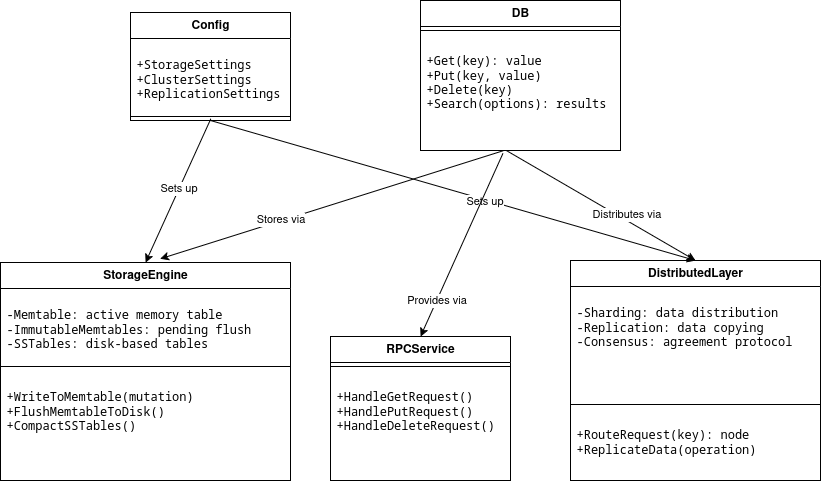
The draw.io diagram docs/images/UML-LSMDB.drawio.png in AndrewTheMaster/FundamentalsOfDesigningHighLoadApplications, before a commit. Source tidied: cells renumbered, new cells last; positions are measured from the earlier drawing's top-left corner, leaving out a move shared by most shapes.
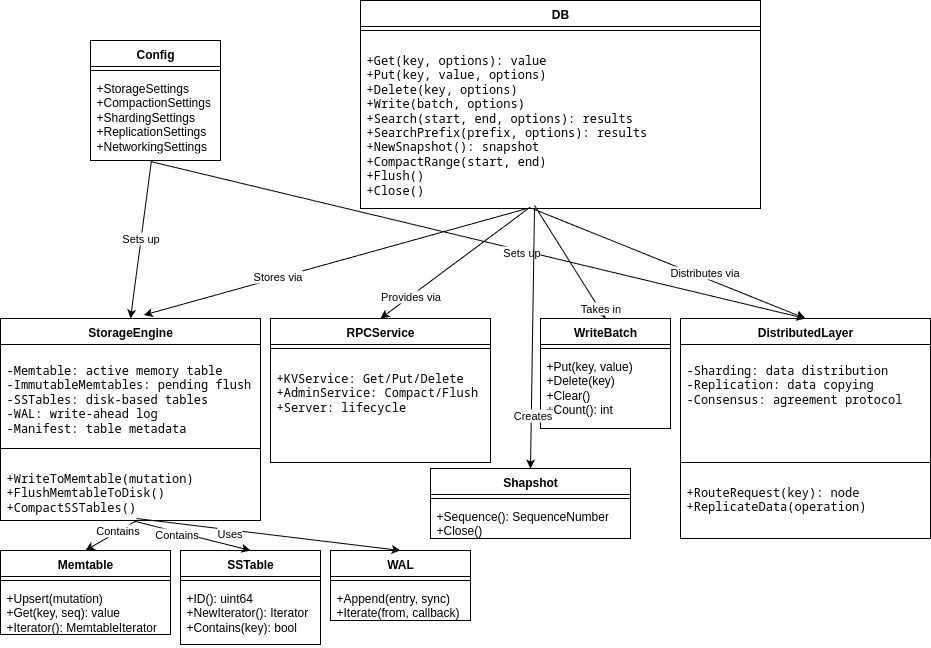
Later version of the same file.

What changed in the source:
```diff
@@ -2,47 +2,38 @@
   <root>
     <mxCell id="0" />
     <mxCell id="1" parent="0" />
-    <mxCell id="2" value="Config" style="swimlane;fontStyle=1;align=center;verticalAlign=top;horizontal=1;startSize=26;whiteSpace=wrap;html=1;" parent="1" vertex="1">
-      <mxGeometry x="130" y="12" width="160" height="108" as="geometry" />
-    </mxCell>
-    <mxCell id="3" value="&lt;pre&gt;+StorageSettings&lt;br&gt;+ClusterSettings&lt;br&gt;+ReplicationSettings&lt;/pre&gt;" style="text;strokeColor=none;fillColor=none;align=left;verticalAlign=top;spacingLeft=4;spacingRight=4;overflow=hidden;whiteSpace=wrap;html=1;" parent="2" vertex="1">
-      <mxGeometry y="26" width="160" height="74" as="geometry" />
-    </mxCell>
-    <mxCell id="4" style="line;strokeWidth=1;fillColor=none;align=left;verticalAlign=middle;spacingTop=-1;spacingLeft=3;spacingRight=3;labelPosition=right;points=[];portConstraint=eastwest;strokeColor=inherit;" parent="2" vertex="1">
-      <mxGeometry y="100" width="160" height="8" as="geometry" />
-    </mxCell>
     <mxCell id="5" value="DB" style="swimlane;fontStyle=1;align=center;verticalAlign=top;horizontal=1;startSize=26;whiteSpace=wrap;html=1;" parent="1" vertex="1">
-      <mxGeometry x="420" width="200" height="150" as="geometry" />
+      <mxGeometry x="320" y="-88" width="400" height="208" as="geometry" />
     </mxCell>
     <mxCell id="6" style="line;strokeWidth=1;fillColor=none;align=left;verticalAlign=middle;spacingTop=-1;spacingLeft=3;spacingRight=3;labelPosition=right;strokeColor=inherit;" parent="5" vertex="1">
-      <mxGeometry y="26" width="200" height="8" as="geometry" />
+      <mxGeometry y="26" width="400" height="8" as="geometry" />
     </mxCell>
-    <mxCell id="7" value="&lt;pre&gt;+Get&lt;span class=&quot;token text string&quot;&gt;(key)&lt;/span&gt;&lt;span class=&quot;token operator&quot;&gt;:&lt;/span&gt; value&lt;br&gt;+Put&lt;span class=&quot;token text string&quot;&gt;(key, value)&lt;/span&gt;&lt;br&gt;+Delete&lt;span class=&quot;token text string&quot;&gt;(key)&lt;/span&gt;&lt;br&gt;+Search&lt;span class=&quot;token text string&quot;&gt;(options)&lt;/span&gt;&lt;span class=&quot;token operator&quot;&gt;:&lt;/span&gt; results&lt;/pre&gt;" style="text;strokeColor=none;fillColor=none;align=left;verticalAlign=top;spacingLeft=4;spacingRight=4;overflow=hidden;points=[[0,0.5],[1,0.5]];portConstraint=eastwest;whiteSpace=wrap;html=1;" parent="5" vertex="1">
-      <mxGeometry y="34" width="200" height="116" as="geometry" />
+    <mxCell id="7" value="&lt;pre&gt;+Get(key, options): value&lt;br&gt;+Put(key, value, options)&lt;br&gt;+Delete(key, options)&lt;br&gt;+Write(batch, options)&lt;br&gt;+Search(start, end, options): results&lt;br&gt;+SearchPrefix(prefix, options): results&lt;br&gt;+NewSnapshot(): snapshot&lt;br&gt;+CompactRange(start, end)&lt;br&gt;+Flush()&lt;br&gt;+Close()&lt;/pre&gt;" style="text;strokeColor=none;fillColor=none;align=left;verticalAlign=top;spacingLeft=4;spacingRight=4;overflow=hidden;points=[[0,0.5],[1,0.5]];portConstraint=eastwest;whiteSpace=wrap;html=1;" parent="5" vertex="1">
+      <mxGeometry y="34" width="400" height="174" as="geometry" />
     </mxCell>
     <mxCell id="8" value="StorageEngine" style="swimlane;fontStyle=1;align=center;verticalAlign=top;horizontal=1;startSize=26;whiteSpace=wrap;html=1;" parent="1" vertex="1">
-      <mxGeometry y="262" width="290" height="218" as="geometry" />
+      <mxGeometry x="-40" y="230" width="260" height="202" as="geometry" />
     </mxCell>
-    <mxCell id="9" value="&lt;pre&gt;-Memtable&lt;span class=&quot;token operator&quot;&gt;:&lt;/span&gt; active memory table&lt;br&gt;-ImmutableMemtables&lt;span class=&quot;token operator&quot;&gt;:&lt;/span&gt; pending flush&lt;br&gt;-SSTables&lt;span class=&quot;token operator&quot;&gt;:&lt;/span&gt; disk-based tables&lt;/pre&gt;" style="text;strokeColor=none;fillColor=none;align=left;verticalAlign=top;spacingLeft=4;spacingRight=4;overflow=hidden;whiteSpace=wrap;html=1;" parent="8" vertex="1">
-      <mxGeometry y="26" width="290" height="74" as="geometry" />
+    <mxCell id="9" value="&lt;pre&gt;-Memtable: active memory table&lt;br/&gt;-ImmutableMemtables: pending flush&lt;br/&gt;-SSTables: disk-based tables&lt;br/&gt;-WAL: write-ahead log&lt;br/&gt;-Manifest: table metadata&lt;/pre&gt;" style="text;strokeColor=none;fillColor=none;align=left;verticalAlign=top;spacingLeft=4;spacingRight=4;overflow=hidden;whiteSpace=wrap;html=1;" parent="8" vertex="1">
+      <mxGeometry y="26" width="260" height="100" as="geometry" />
     </mxCell>
     <mxCell id="10" style="line;strokeWidth=1;fillColor=none;align=left;verticalAlign=middle;spacingTop=-1;spacingLeft=3;spacingRight=3;labelPosition=right;strokeColor=inherit;" parent="8" vertex="1">
-      <mxGeometry y="100" width="290" height="8" as="geometry" />
+      <mxGeometry y="126" width="260" height="8" as="geometry" />
     </mxCell>
     <mxCell id="11" value="&lt;pre&gt;+WriteToMemtable&lt;span class=&quot;token text string&quot;&gt;(mutation)&lt;/span&gt;&lt;br&gt;+FlushMemtableToDisk&lt;span class=&quot;token punctuation&quot;&gt;(&lt;/span&gt;&lt;span class=&quot;token punctuation&quot;&gt;)&lt;/span&gt;&lt;br&gt;+CompactSSTables&lt;span class=&quot;token punctuation&quot;&gt;(&lt;/span&gt;&lt;span class=&quot;token punctuation&quot;&gt;)&lt;/span&gt;&lt;/pre&gt;" style="text;strokeColor=none;fillColor=none;align=left;verticalAlign=top;spacingLeft=4;spacingRight=4;overflow=hidden;points=[[0,0.5],[1,0.5]];portConstraint=eastwest;whiteSpace=wrap;html=1;" parent="8" vertex="1">
-      <mxGeometry y="108" width="290" height="110" as="geometry" />
+      <mxGeometry y="134" width="260" height="68" as="geometry" />
     </mxCell>
     <mxCell id="12" value="RPCService" style="swimlane;fontStyle=1;align=center;verticalAlign=top;horizontal=1;startSize=26;whiteSpace=wrap;html=1;" parent="1" vertex="1">
-      <mxGeometry x="330" y="336" width="180" height="144" as="geometry" />
+      <mxGeometry x="230" y="230" width="220" height="144" as="geometry" />
     </mxCell>
     <mxCell id="13" style="line;strokeWidth=1;fillColor=none;align=left;verticalAlign=middle;spacingTop=-1;spacingLeft=3;spacingRight=3;labelPosition=right;strokeColor=inherit;" parent="12" vertex="1">
-      <mxGeometry y="26" width="180" height="8" as="geometry" />
+      <mxGeometry y="26" width="220" height="8" as="geometry" />
     </mxCell>
-    <mxCell id="14" value="&lt;pre&gt;+HandleGetRequest&lt;span class=&quot;token punctuation&quot;&gt;(&lt;/span&gt;&lt;span class=&quot;token punctuation&quot;&gt;)&lt;/span&gt;&lt;br&gt;+HandlePutRequest&lt;span class=&quot;token punctuation&quot;&gt;(&lt;/span&gt;&lt;span class=&quot;token punctuation&quot;&gt;)&lt;/span&gt;&lt;br&gt;+HandleDeleteRequest&lt;span class=&quot;token punctuation&quot;&gt;(&lt;/span&gt;&lt;span class=&quot;token punctuation&quot;&gt;)&lt;/span&gt;&lt;/pre&gt;" style="text;strokeColor=none;fillColor=none;align=left;verticalAlign=top;spacingLeft=4;spacingRight=4;overflow=hidden;whiteSpace=wrap;html=1;" parent="12" vertex="1">
-      <mxGeometry y="34" width="180" height="110" as="geometry" />
+    <mxCell id="14" value="&lt;pre&gt;+KVService: Get/Put/Delete&lt;br/&gt;+AdminService: Compact/Flush&lt;br/&gt;+Server: lifecycle&lt;/pre&gt;" style="text;strokeColor=none;fillColor=none;align=left;verticalAlign=top;spacingLeft=4;spacingRight=4;overflow=hidden;whiteSpace=wrap;html=1;" parent="12" vertex="1">
+      <mxGeometry y="34" width="220" height="110" as="geometry" />
     </mxCell>
     <mxCell id="15" value="DistributedLayer" style="swimlane;fontStyle=1;align=center;verticalAlign=top;horizontal=1;startSize=26;whiteSpace=wrap;html=1;" parent="1" vertex="1">
-      <mxGeometry x="570" y="260" width="250" height="220" as="geometry" />
+      <mxGeometry x="640" y="230" width="250" height="220" as="geometry" />
     </mxCell>
     <mxCell id="16" value="&lt;pre&gt;-Sharding&lt;span class=&quot;token operator&quot;&gt;:&lt;/span&gt; data distribution&lt;br&gt;-Replication&lt;span class=&quot;token operator&quot;&gt;:&lt;/span&gt; data copying&lt;br&gt;-Consensus&lt;span class=&quot;token operator&quot;&gt;:&lt;/span&gt; agreement protocol&lt;/pre&gt;" style="text;strokeColor=none;fillColor=none;align=left;verticalAlign=top;spacingLeft=4;spacingRight=4;overflow=hidden;whiteSpace=wrap;html=1;" parent="15" vertex="1">
       <mxGeometry y="26" width="250" height="114" as="geometry" />
@@ -53,7 +44,7 @@
     <mxCell id="18" value="&lt;pre&gt;+RouteRequest&lt;span class=&quot;token text string&quot;&gt;(key)&lt;/span&gt;&lt;span class=&quot;token operator&quot;&gt;:&lt;/span&gt; node&lt;br&gt;+ReplicateData&lt;span class=&quot;token text string&quot;&gt;(operation)&lt;/span&gt;&lt;/pre&gt;" style="text;strokeColor=none;fillColor=none;align=left;verticalAlign=top;spacingLeft=4;spacingRight=4;overflow=hidden;whiteSpace=wrap;html=1;" parent="15" vertex="1">
       <mxGeometry y="148" width="250" height="72" as="geometry" />
     </mxCell>
-    <mxCell id="19" style="endArrow=classic;html=1;rounded=0;exitX=0.502;exitY=0.792;exitDx=0;exitDy=0;exitPerimeter=0;entryX=0.5;entryY=0;entryDx=0;entryDy=0;" parent="1" edge="1" source="4" target="8">
+    <mxCell id="19" style="endArrow=classic;html=1;rounded=0;exitX=0.469;exitY=1;exitDx=0;exitDy=0;exitPerimeter=0;entryX=0.5;entryY=0;entryDx=0;entryDy=0;" parent="1" edge="1" source="55" target="8">
       <mxGeometry relative="1" as="geometry" />
     </mxCell>
     <mxCell id="20" value="Sets up" style="edgeLabel;html=1;align=center;verticalAlign=middle;" parent="19" vertex="1">
@@ -61,7 +52,7 @@
         <mxPoint x="1" as="offset" />
       </mxGeometry>
     </mxCell>
-    <mxCell id="21" style="endArrow=classic;html=1;rounded=0;exitX=0.5;exitY=1;exitDx=0;exitDy=0;entryX=0.5;entryY=0;entryDx=0;entryDy=0;" parent="1" edge="1" source="2" target="15">
+    <mxCell id="21" style="endArrow=classic;html=1;rounded=0;exitX=0.462;exitY=1.012;exitDx=0;exitDy=0;entryX=0.5;entryY=0;entryDx=0;entryDy=0;exitPerimeter=0;" parent="1" edge="1" source="55" target="15">
       <mxGeometry relative="1" as="geometry" />
     </mxCell>
     <mxCell id="22" value="Sets up" style="edgeLabel;html=1;align=center;verticalAlign=middle;" parent="21" vertex="1">
@@ -81,11 +72,95 @@
     <mxCell id="26" value="Distributes via" style="edgeLabel;html=1;align=center;verticalAlign=middle;" parent="25" vertex="1">
       <mxGeometry x="0.24" y="5" relative="1" as="geometry" />
     </mxCell>
-    <mxCell id="27" style="endArrow=classic;html=1;rounded=0;exitX=0.412;exitY=1.026;exitDx=0;exitDy=0;exitPerimeter=0;entryX=0.5;entryY=0;entryDx=0;entryDy=0;" parent="1" edge="1" source="7" target="12">
+    <mxCell id="27" style="endArrow=classic;html=1;rounded=0;exitX=0.425;exitY=0.991;exitDx=0;exitDy=0;exitPerimeter=0;entryX=0.5;entryY=0;entryDx=0;entryDy=0;" parent="1" edge="1" source="7" target="12">
       <mxGeometry relative="1" as="geometry" />
     </mxCell>
     <mxCell id="28" value="Provides via" style="edgeLabel;html=1;align=center;verticalAlign=middle;" parent="27" vertex="1">
       <mxGeometry x="0.61" y="-1" relative="1" as="geometry" />
     </mxCell>
+    <mxCell id="29" value="Memtable" style="swimlane;fontStyle=1;align=center;verticalAlign=top;horizontal=1;startSize=26;whiteSpace=wrap;html=1;" parent="1" vertex="1">
+      <mxGeometry x="-40" y="462" width="170" height="84" as="geometry" />
+    </mxCell>
+    <mxCell id="30" style="line;strokeWidth=1;fillColor=none;align=left;verticalAlign=middle;spacingTop=-1;spacingLeft=3;spacingRight=3;labelPosition=right;strokeColor=inherit;" parent="29" vertex="1">
+      <mxGeometry y="26" width="170" height="8" as="geometry" />
+    </mxCell>
+    <mxCell id="31" value="&lt;div&gt;+Upsert(mutation)&lt;/div&gt;&lt;div&gt;+Get(key, seq): value&lt;/div&gt;&lt;div&gt;+Iterator(): MemtableIterator&lt;/div&gt;" style="text;strokeColor=none;fillColor=none;align=left;verticalAlign=top;spacingLeft=4;spacingRight=4;overflow=hidden;whiteSpace=wrap;html=1;" parent="29" vertex="1">
+      <mxGeometry y="34" width="170" height="50" as="geometry" />
+    </mxCell>
+    <mxCell id="32" value="SSTable" style="swimlane;fontStyle=1;align=center;verticalAlign=top;horizontal=1;startSize=26;whiteSpace=wrap;html=1;" parent="1" vertex="1">
+      <mxGeometry x="140" y="462" width="140" height="94" as="geometry" />
+    </mxCell>
+    <mxCell id="33" style="line;strokeWidth=1;fillColor=none;align=left;verticalAlign=middle;spacingTop=-1;spacingLeft=3;spacingRight=3;labelPosition=right;strokeColor=inherit;" parent="32" vertex="1">
+      <mxGeometry y="26" width="140" height="8" as="geometry" />
+    </mxCell>
+    <mxCell id="34" value="&lt;div&gt;+ID(): uint64&lt;/div&gt;&lt;div&gt;+NewIterator(): Iterator&lt;/div&gt;&lt;div&gt;+Contains(key): bool&lt;/div&gt;" style="text;strokeColor=none;fillColor=none;align=left;verticalAlign=top;spacingLeft=4;spacingRight=4;overflow=hidden;whiteSpace=wrap;html=1;" parent="32" vertex="1">
+      <mxGeometry y="34" width="140" height="60" as="geometry" />
+    </mxCell>
+    <mxCell id="35" value="WAL" style="swimlane;fontStyle=1;align=center;verticalAlign=top;horizontal=1;startSize=26;whiteSpace=wrap;html=1;" parent="1" vertex="1">
+      <mxGeometry x="290" y="462" width="140" height="70" as="geometry" />
+    </mxCell>
+    <mxCell id="36" style="line;strokeWidth=1;fillColor=none;align=left;verticalAlign=middle;spacingTop=-1;spacingLeft=3;spacingRight=3;labelPosition=right;strokeColor=inherit;" parent="35" vertex="1">
+      <mxGeometry y="26" width="140" height="8" as="geometry" />
+    </mxCell>
+    <mxCell id="37" value="&lt;div&gt;+Append(entry, sync)&lt;/div&gt;&lt;div&gt;+Iterate(from, callback)&lt;/div&gt;" style="text;strokeColor=none;fillColor=none;align=left;verticalAlign=top;spacingLeft=4;spacingRight=4;overflow=hidden;whiteSpace=wrap;html=1;" parent="35" vertex="1">
+      <mxGeometry y="34" width="140" height="36" as="geometry" />
+    </mxCell>
+    <mxCell id="38" value="Shapshot" style="swimlane;fontStyle=1;align=center;verticalAlign=top;horizontal=1;startSize=26;whiteSpace=wrap;html=1;" parent="1" vertex="1">
+      <mxGeometry x="390" y="380" width="200" height="70" as="geometry" />
+    </mxCell>
+    <mxCell id="39" style="line;strokeWidth=1;fillColor=none;align=left;verticalAlign=middle;spacingTop=-1;spacingLeft=3;spacingRight=3;labelPosition=right;strokeColor=inherit;" parent="38" vertex="1">
+      <mxGeometry y="26" width="200" height="8" as="geometry" />
+    </mxCell>
+    <mxCell id="40" value="&lt;div&gt;+Sequence(): SequenceNumber&lt;/div&gt;&lt;div&gt;+Close()&lt;/div&gt;" style="text;strokeColor=none;fillColor=none;align=left;verticalAlign=top;spacingLeft=4;spacingRight=4;overflow=hidden;whiteSpace=wrap;html=1;" parent="38" vertex="1">
+      <mxGeometry y="34" width="200" height="36" as="geometry" />
+    </mxCell>
+    <mxCell id="41" value="WriteBatch" style="swimlane;fontStyle=1;align=center;verticalAlign=top;horizontal=1;startSize=26;whiteSpace=wrap;html=1;" parent="1" vertex="1">
+      <mxGeometry x="500" y="230" width="130" height="110" as="geometry" />
+    </mxCell>
+    <mxCell id="42" style="line;strokeWidth=1;fillColor=none;align=left;verticalAlign=middle;spacingTop=-1;spacingLeft=3;spacingRight=3;labelPosition=right;strokeColor=inherit;" parent="41" vertex="1">
+      <mxGeometry y="26" width="130" height="8" as="geometry" />
+    </mxCell>
+    <mxCell id="43" value="&lt;div&gt;+Put(key, value)&lt;/div&gt;&lt;div&gt;+Delete(key)&lt;/div&gt;&lt;div&gt;+Clear()&lt;/div&gt;&lt;div&gt;+Count(): int&lt;/div&gt;" style="text;strokeColor=none;fillColor=none;align=left;verticalAlign=top;spacingLeft=4;spacingRight=4;overflow=hidden;whiteSpace=wrap;html=1;" parent="41" vertex="1">
+      <mxGeometry y="34" width="130" height="76" as="geometry" />
+    </mxCell>
+    <mxCell id="44" style="endArrow=classic;html=1;rounded=0;entryX=0.5;entryY=0;entryDx=0;entryDy=0;exitX=0.524;exitY=1;exitDx=0;exitDy=0;exitPerimeter=0;" parent="1" edge="1" source="11" target="29">
+      <mxGeometry relative="1" as="geometry" />
+    </mxCell>
+    <mxCell id="45" value="Contains" style="edgeLabel;html=1;align=center;verticalAlign=middle;" parent="44" vertex="1">
+      <mxGeometry x="-0.26" y="-2" relative="1" as="geometry" />
+    </mxCell>
+    <mxCell id="46" style="endArrow=classic;html=1;rounded=0;entryX=0.5;entryY=0;entryDx=0;entryDy=0;exitX=0.514;exitY=1.009;exitDx=0;exitDy=0;exitPerimeter=0;" parent="1" edge="1" source="11" target="32">
+      <mxGeometry relative="1" as="geometry" />
+    </mxCell>
+    <mxCell id="47" value="Contains" style="edgeLabel;html=1;align=center;verticalAlign=middle;" parent="46" vertex="1">
+      <mxGeometry x="-0.26" y="-2" relative="1" as="geometry" />
+    </mxCell>
+    <mxCell id="48" style="endArrow=classic;html=1;rounded=0;entryX=0.5;entryY=0;entryDx=0;entryDy=0;exitX=0.523;exitY=0.971;exitDx=0;exitDy=0;exitPerimeter=0;" parent="1" edge="1" source="11" target="35">
+      <mxGeometry relative="1" as="geometry" />
+    </mxCell>
+    <mxCell id="49" value="Uses" style="edgeLabel;html=1;align=center;verticalAlign=middle;" parent="48" vertex="1">
+      <mxGeometry x="-0.29" y="-3" relative="1" as="geometry" />
+    </mxCell>
+    <mxCell id="50" style="endArrow=classic;html=1;rounded=0;exitX=0.435;exitY=1;exitDx=0;exitDy=0;exitPerimeter=0;entryX=0.5;entryY=0;entryDx=0;entryDy=0;" parent="1" edge="1" source="7" target="38">
+      <mxGeometry relative="1" as="geometry" />
+    </mxCell>
+    <mxCell id="51" value="Creates" style="edgeLabel;html=1;align=center;verticalAlign=middle;" parent="50" vertex="1">
+      <mxGeometry x="0.59" y="1" relative="1" as="geometry" />
+    </mxCell>
+    <mxCell id="52" style="endArrow=classic;html=1;rounded=0;exitX=0.435;exitY=0.983;exitDx=0;exitDy=0;exitPerimeter=0;entryX=0.5;entryY=0;entryDx=0;entryDy=0;" parent="1" edge="1" source="7" target="41">
+      <mxGeometry relative="1" as="geometry" />
+    </mxCell>
+    <mxCell id="53" value="Takes in" style="edgeLabel;html=1;align=center;verticalAlign=middle;" parent="52" vertex="1">
+      <mxGeometry x="0.84" y="1" relative="1" as="geometry" />
+    </mxCell>
+    <mxCell id="2" value="Config" style="swimlane;fontStyle=1;align=center;verticalAlign=top;horizontal=1;startSize=26;whiteSpace=wrap;html=1;" parent="1" vertex="1">
+      <mxGeometry x="50" y="-48" width="130" height="120" as="geometry" />
+    </mxCell>
+    <mxCell id="54" style="line;strokeWidth=1;fillColor=none;align=left;verticalAlign=middle;spacingTop=-1;spacingLeft=3;spacingRight=3;labelPosition=right;strokeColor=inherit;" parent="2" vertex="1">
+      <mxGeometry y="26" width="130" height="8" as="geometry" />
+    </mxCell>
+    <mxCell id="55" value="&lt;div&gt;+StorageSettings&lt;/div&gt;&lt;div&gt;+CompactionSettings&lt;/div&gt;&lt;div&gt;+ShardingSettings&lt;/div&gt;&lt;div&gt;+ReplicationSettings&lt;/div&gt;&lt;div&gt;+NetworkingSettings&lt;/div&gt;" style="text;strokeColor=none;fillColor=none;align=left;verticalAlign=top;spacingLeft=4;spacingRight=4;overflow=hidden;points=[[0,0.5],[1,0.5]];portConstraint=eastwest;whiteSpace=wrap;html=1;" parent="2" vertex="1">
+      <mxGeometry y="34" width="130" height="86" as="geometry" />
+    </mxCell>
   </root>
 </mxGraphModel>
```
